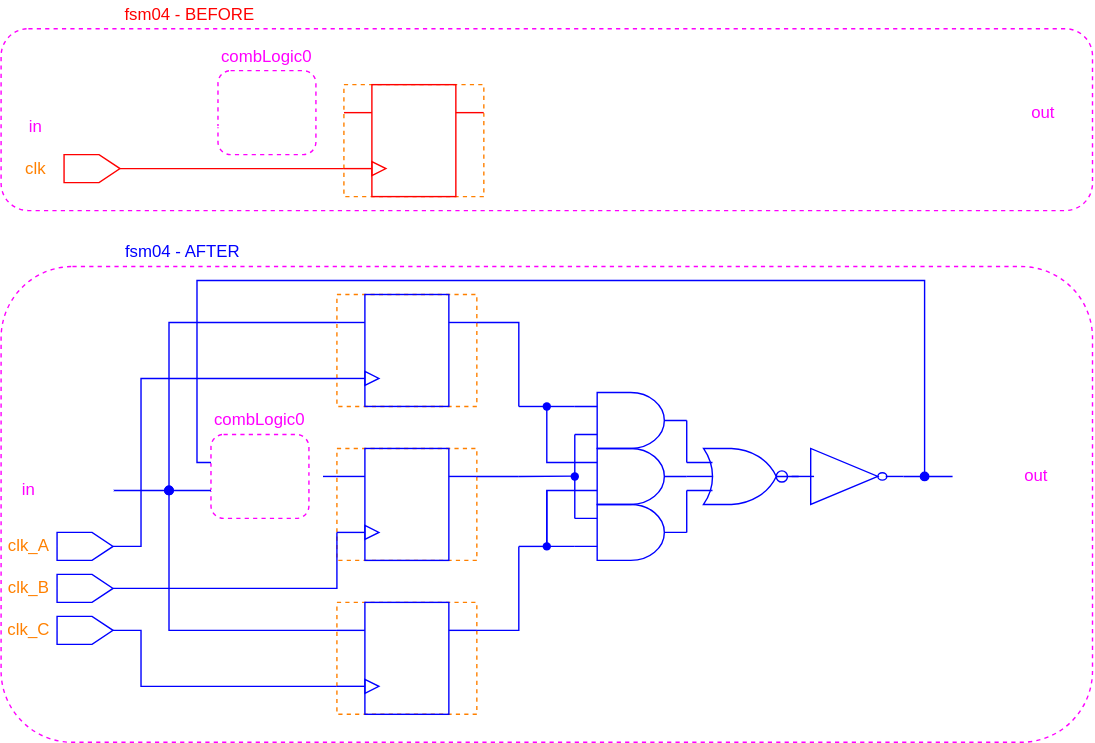
Before: figures/dark-mode/user_guide_examples/fsm/fsm04_triplicating_the_register_and_clock_skew.drawio.svg, a diagram exported from draw.io (AlbertHansen/TripleModularRedundancyTool_developer_guide). Source tidied: cells renumbered, new cells last; positions are measured from the earlier drawing's top-left corner, leaving out a move shared by most shapes.
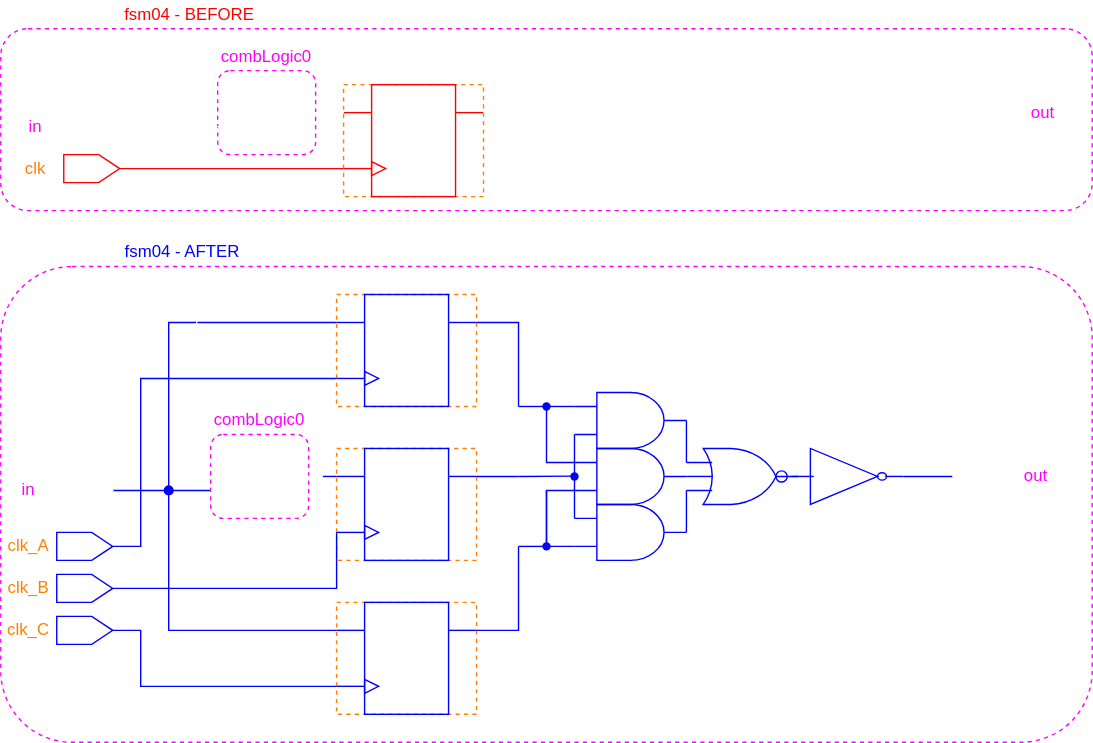
Later version of the same file.

What changed in the source:
```diff
@@ -188,7 +188,7 @@
         <mxPoint x="240" y="340" as="targetPoint" />
       </mxGeometry>
     </mxCell>
-    <mxCell id="48" style="edgeStyle=orthogonalEdgeStyle;html=1;exitX=0;exitY=0.25;exitDx=0;exitDy=0;exitPerimeter=0;fontColor=#0000FF;rounded=0;endArrow=oval;endFill=1;strokeColor=#0000FF;" parent="1" edge="1" source="49">
+    <mxCell id="48" style="edgeStyle=orthogonalEdgeStyle;html=1;exitX=0;exitY=0.25;exitDx=0;exitDy=0;exitPerimeter=0;fontColor=#0000FF;rounded=0;endArrow=oval;endFill=1;strokeColor=#FFFFFF;" parent="1" edge="1" source="49">
       <mxGeometry relative="1" as="geometry">
         <mxPoint x="660" y="340" as="targetPoint" />
         <Array as="points">
```
